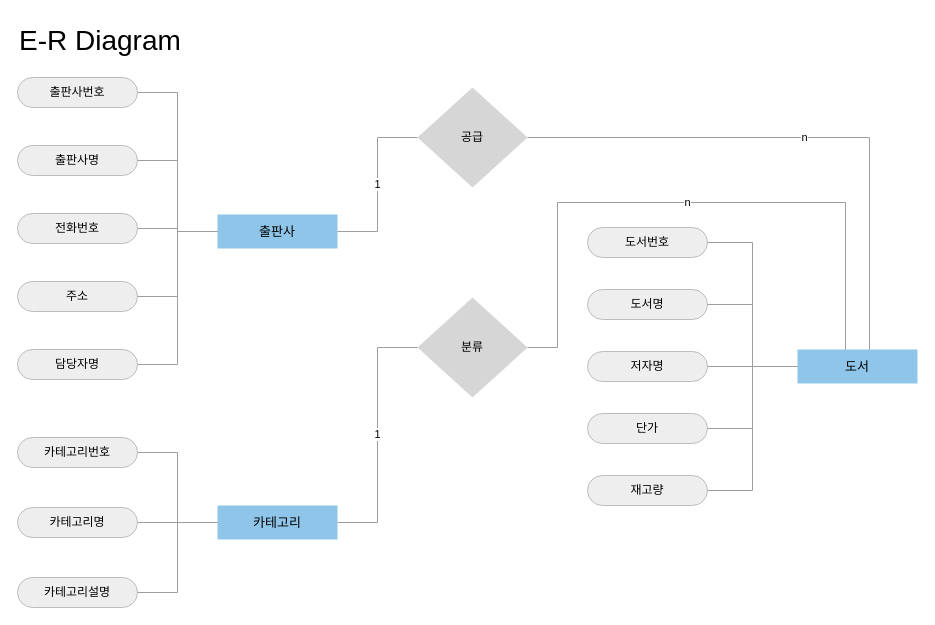
woosik980201/DB_2026-2 keeps this draw.io diagram as page "E-R 다이어그램" (1 of 2) of 1110도서관리_ER_릴레이션스키마.drawio. Above is the earlier version. Source tidied: cells renumbered, new cells numbered last; positions are measured from the earlier drawing's top-left corner, leaving out a move shared by most shapes. Both pictures are drawn from the tidied source at 100%, with x=0, y=0 at pixel (17, 17).
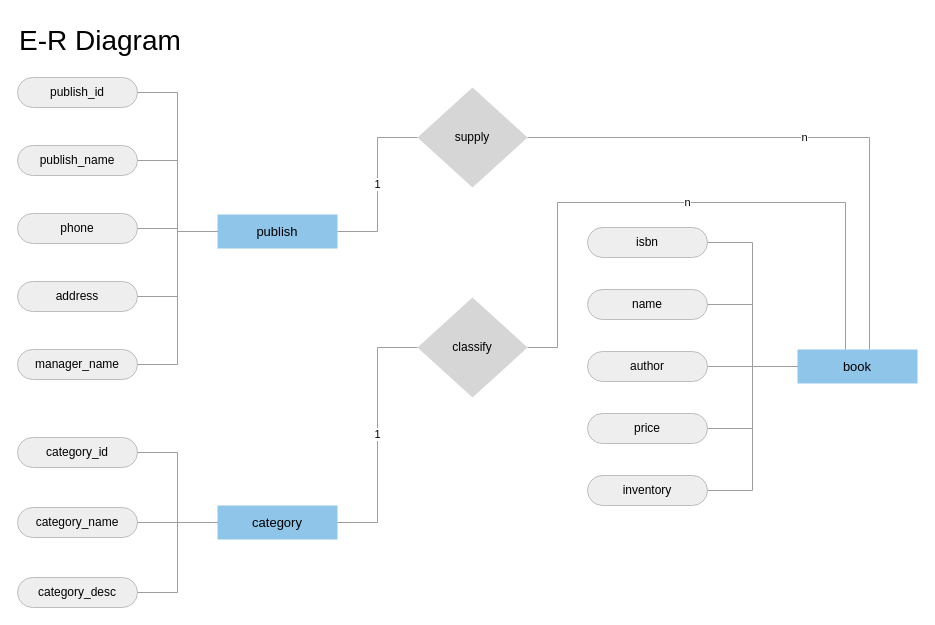
The same diagram, later.

Commit message:
docs: E-R 다이어그램 라벨을 영문 이름으로 변경

publish, category, book 및 속성명을 테이블 명세서·SQL에서 쓸 영문 이름과 일치시킴

Claude-Session: https://claude.ai/code/session_01HSA7wzj63RUvkHdtyoAUw1

What changed in the source:
```diff
@@
-    <mxCell id="3" value="출판사" style="rounded=0;whiteSpace=wrap;html=1;fillColor=#8EC5E8;strokeColor=none;fontSize=13;" parent="1" vertex="1">
+    <mxCell id="3" value="publish" style="rounded=0;whiteSpace=wrap;html=1;fillColor=#8EC5E8;strokeColor=none;fontSize=13;" parent="1" vertex="1">
       <mxGeometry x="200" y="197" width="120" height="34" as="geometry" />
     </mxCell>
-    <mxCell id="4" value="출판사번호" style="rounded=1;arcSize=50;whiteSpace=wrap;html=1;fillColor=#EEEEEE;strokeColor=#BDBDBD;fontSize=12;" parent="1" vertex="1">
+    <mxCell id="4" value="publish_id" style="rounded=1;arcSize=50;whiteSpace=wrap;html=1;fillColor=#EEEEEE;strokeColor=#BDBDBD;fontSize=12;" parent="1" vertex="1">
       <mxGeometry y="60" width="120" height="30" as="geometry" />
     </mxCell>
@@
-    <mxCell id="6" value="출판사명" style="rounded=1;arcSize=50;whiteSpace=wrap;html=1;fillColor=#EEEEEE;strokeColor=#BDBDBD;fontSize=12;" parent="1" vertex="1">
+    <mxCell id="6" value="publish_name" style="rounded=1;arcSize=50;whiteSpace=wrap;html=1;fillColor=#EEEEEE;strokeColor=#BDBDBD;fontSize=12;" parent="1" vertex="1">
       <mxGeometry y="128" width="120" height="30" as="geometry" />
     </mxCell>
@@
-    <mxCell id="8" value="전화번호" style="rounded=1;arcSize=50;whiteSpace=wrap;html=1;fillColor=#EEEEEE;strokeColor=#BDBDBD;fontSize=12;" parent="1" vertex="1">
+    <mxCell id="8" value="phone" style="rounded=1;arcSize=50;whiteSpace=wrap;html=1;fillColor=#EEEEEE;strokeColor=#BDBDBD;fontSize=12;" parent="1" vertex="1">
       <mxGeometry y="196" width="120" height="30" as="geometry" />
     </mxCell>
@@
-    <mxCell id="10" value="주소" style="rounded=1;arcSize=50;whiteSpace=wrap;html=1;fillColor=#EEEEEE;strokeColor=#BDBDBD;fontSize=12;" parent="1" vertex="1">
+    <mxCell id="10" value="address" style="rounded=1;arcSize=50;whiteSpace=wrap;html=1;fillColor=#EEEEEE;strokeColor=#BDBDBD;fontSize=12;" parent="1" vertex="1">
       <mxGeometry y="264" width="120" height="30" as="geometry" />
     </mxCell>
@@
-    <mxCell id="12" value="담당자명" style="rounded=1;arcSize=50;whiteSpace=wrap;html=1;fillColor=#EEEEEE;strokeColor=#BDBDBD;fontSize=12;" parent="1" vertex="1">
+    <mxCell id="12" value="manager_name" style="rounded=1;arcSize=50;whiteSpace=wrap;html=1;fillColor=#EEEEEE;strokeColor=#BDBDBD;fontSize=12;" parent="1" vertex="1">
       <mxGeometry y="332" width="120" height="30" as="geometry" />
     </mxCell>
@@
-    <mxCell id="14" value="카테고리" style="rounded=0;whiteSpace=wrap;html=1;fillColor=#8EC5E8;strokeColor=none;fontSize=13;" parent="1" vertex="1">
+    <mxCell id="14" value="category" style="rounded=0;whiteSpace=wrap;html=1;fillColor=#8EC5E8;strokeColor=none;fontSize=13;" parent="1" vertex="1">
       <mxGeometry x="200" y="488" width="120" height="34" as="geometry" />
     </mxCell>
-    <mxCell id="15" value="카테고리번호" style="rounded=1;arcSize=50;whiteSpace=wrap;html=1;fillColor=#EEEEEE;strokeColor=#BDBDBD;fontSize=12;" parent="1" vertex="1">
+    <mxCell id="15" value="category_id" style="rounded=1;arcSize=50;whiteSpace=wrap;html=1;fillColor=#EEEEEE;strokeColor=#BDBDBD;fontSize=12;" parent="1" vertex="1">
       <mxGeometry y="420" width="120" height="30" as="geometry" />
     </mxCell>
@@
-    <mxCell id="17" value="카테고리명" style="rounded=1;arcSize=50;whiteSpace=wrap;html=1;fillColor=#EEEEEE;strokeColor=#BDBDBD;fontSize=12;" parent="1" vertex="1">
+    <mxCell id="17" value="category_name" style="rounded=1;arcSize=50;whiteSpace=wrap;html=1;fillColor=#EEEEEE;strokeColor=#BDBDBD;fontSize=12;" parent="1" vertex="1">
       <mxGeometry y="490" width="120" height="30" as="geometry" />
     </mxCell>
@@
-    <mxCell id="19" value="카테고리설명" style="rounded=1;arcSize=50;whiteSpace=wrap;html=1;fillColor=#EEEEEE;strokeColor=#BDBDBD;fontSize=12;" parent="1" vertex="1">
+    <mxCell id="19" value="category_desc" style="rounded=1;arcSize=50;whiteSpace=wrap;html=1;fillColor=#EEEEEE;strokeColor=#BDBDBD;fontSize=12;" parent="1" vertex="1">
       <mxGeometry y="560" width="120" height="30" as="geometry" />
     </mxCell>
@@
-    <mxCell id="21" value="공급" style="rhombus;whiteSpace=wrap;html=1;fillColor=#D6D6D6;strokeColor=none;fontSize=12;" parent="1" vertex="1">
+    <mxCell id="21" value="supply" style="rhombus;whiteSpace=wrap;html=1;fillColor=#D6D6D6;strokeColor=none;fontSize=12;" parent="1" vertex="1">
       <mxGeometry x="400" y="70" width="110" height="100" as="geometry" />
     </mxCell>
-    <mxCell id="22" value="분류" style="rhombus;whiteSpace=wrap;html=1;fillColor=#D6D6D6;strokeColor=none;fontSize=12;" parent="1" vertex="1">
+    <mxCell id="22" value="classify" style="rhombus;whiteSpace=wrap;html=1;fillColor=#D6D6D6;strokeColor=none;fontSize=12;" parent="1" vertex="1">
       <mxGeometry x="400" y="280" width="110" height="100" as="geometry" />
     </mxCell>
-    <mxCell id="23" value="도서" style="rounded=0;whiteSpace=wrap;html=1;fillColor=#8EC5E8;strokeColor=none;fontSize=13;" parent="1" vertex="1">
+    <mxCell id="23" value="book" style="rounded=0;whiteSpace=wrap;html=1;fillColor=#8EC5E8;strokeColor=none;fontSize=13;" parent="1" vertex="1">
       <mxGeometry x="780" y="332" width="120" height="34" as="geometry" />
     </mxCell>
-    <mxCell id="24" value="도서번호" style="rounded=1;arcSize=50;whiteSpace=wrap;html=1;fillColor=#EEEEEE;strokeColor=#BDBDBD;fontSize=12;" parent="1" vertex="1">
+    <mxCell id="24" value="isbn" style="rounded=1;arcSize=50;whiteSpace=wrap;html=1;fillColor=#EEEEEE;strokeColor=#BDBDBD;fontSize=12;" parent="1" vertex="1">
       <mxGeometry x="570" y="210" width="120" height="30" as="geometry" />
     </mxCell>
@@
-    <mxCell id="26" value="도서명" style="rounded=1;arcSize=50;whiteSpace=wrap;html=1;fillColor=#EEEEEE;strokeColor=#BDBDBD;fontSize=12;" parent="1" vertex="1">
+    <mxCell id="26" value="name" style="rounded=1;arcSize=50;whiteSpace=wrap;html=1;fillColor=#EEEEEE;strokeColor=#BDBDBD;fontSize=12;" parent="1" vertex="1">
       <mxGeometry x="570" y="272" width="120" height="30" as="geometry" />
     </mxCell>
@@
-    <mxCell id="28" value="저자명" style="rounded=1;arcSize=50;whiteSpace=wrap;html=1;fillColor=#EEEEEE;strokeColor=#BDBDBD;fontSize=12;" parent="1" vertex="1">
+    <mxCell id="28" value="author" style="rounded=1;arcSize=50;whiteSpace=wrap;html=1;fillColor=#EEEEEE;strokeColor=#BDBDBD;fontSize=12;" parent="1" vertex="1">
       <mxGeometry x="570" y="334" width="120" height="30" as="geometry" />
     </mxCell>
@@
-    <mxCell id="30" value="단가" style="rounded=1;arcSize=50;whiteSpace=wrap;html=1;fillColor=#EEEEEE;strokeColor=#BDBDBD;fontSize=12;" parent="1" vertex="1">
+    <mxCell id="30" value="price" style="rounded=1;arcSize=50;whiteSpace=wrap;html=1;fillColor=#EEEEEE;strokeColor=#BDBDBD;fontSize=12;" parent="1" vertex="1">
       <mxGeometry x="570" y="396" width="120" height="30" as="geometry" />
     </mxCell>
@@
-    <mxCell id="32" value="재고량" style="rounded=1;arcSize=50;whiteSpace=wrap;html=1;fillColor=#EEEEEE;strokeColor=#BDBDBD;fontSize=12;" parent="1" vertex="1">
+    <mxCell id="32" value="inventory" style="rounded=1;arcSize=50;whiteSpace=wrap;html=1;fillColor=#EEEEEE;strokeColor=#BDBDBD;fontSize=12;" parent="1" vertex="1">
       <mxGeometry x="570" y="458" width="120" height="30" as="geometry" />
     </mxCell>
```
